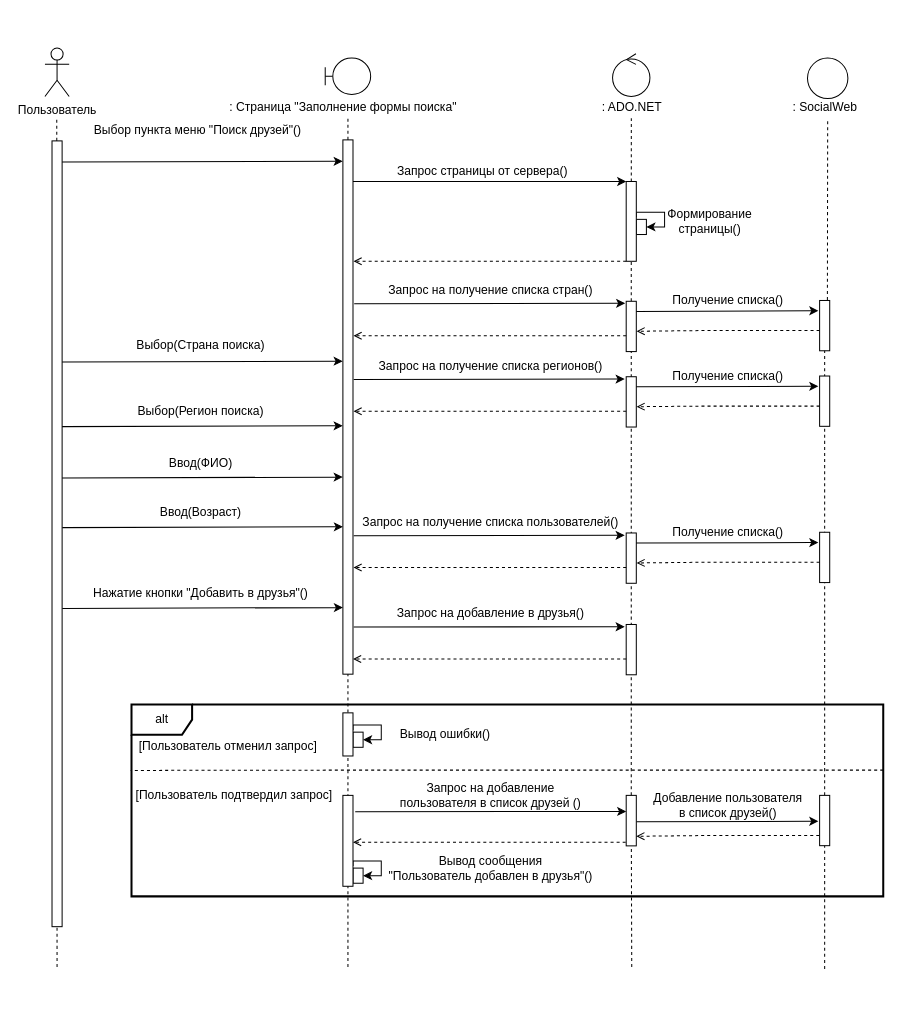
The draw.io diagram page "Диаграмма послед. Поиск друзей" (3 of 3) of Диаграммы/Диаграммы/Диаграмма последовательности.drawio in MRTANKO/kyrs_anis, before the edit. Source tidied: cells renumbered, new cells numbered last; positions are measured from the earlier drawing's top-left corner, leaving out a move shared by most shapes. Both pictures are drawn from the tidied source at 101%, with x=0, y=0 at pixel (44, 47).
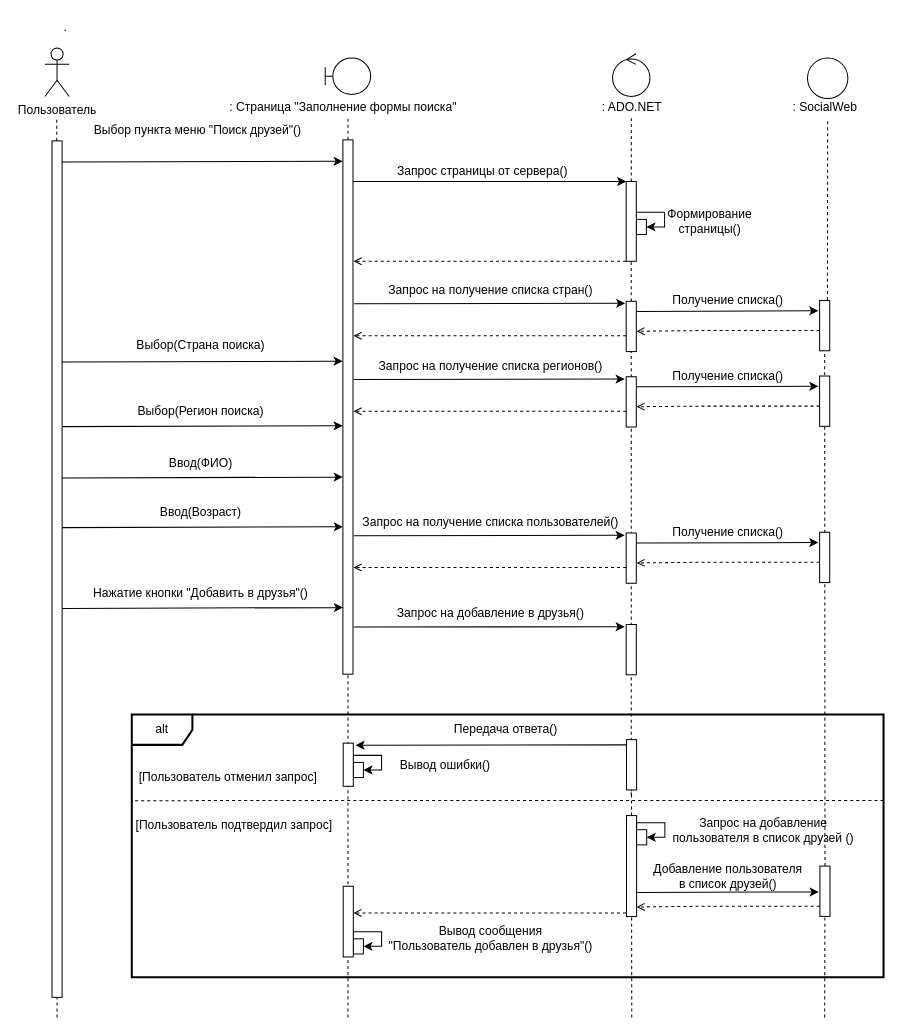
The same diagram, later.

Unchanged cells that the change refers to:
```xml
<mxCell id="11" style="rounded=0;whiteSpace=wrap;html=1;" parent="1" vertex="1">
  <mxGeometry x="295" y="91" width="10" height="529" as="geometry" />
</mxCell>
<mxCell id="30" style="rounded=0;whiteSpace=wrap;html=1;" parent="1" vertex="1">
  <mxGeometry x="575.5" y="250.8" width="10" height="49.8" as="geometry" />
</mxCell>
<mxCell id="32" style="rounded=0;whiteSpace=wrap;html=1;" parent="1" vertex="1">
  <mxGeometry x="767" y="250" width="10" height="49.8" as="geometry" />
</mxCell>
```

What changed in the source:
```diff
@@
     <mxCell id="2" value="alt" style="shape=umlFrame;whiteSpace=wrap;html=1;strokeWidth=2;" parent="1" vertex="1">
-      <mxGeometry x="85.7" y="650" width="744.3" height="190" as="geometry" />
+      <mxGeometry x="86" y="660" width="744.3" height="260" as="geometry" />
     </mxCell>
     <mxCell id="3" style="endArrow=none;dashed=1;html=1;entryX=0.5;entryY=1;entryDx=0;entryDy=0;" parent="1" edge="1">
       <mxGeometry relative="1" as="geometry">
-        <mxPoint x="12" y="910" as="sourcePoint" />
+        <mxPoint x="12" y="960" as="sourcePoint" />
         <mxPoint x="11.8" y="600" as="targetPoint" />
       </mxGeometry>
     </mxCell>
@@
     <mxCell id="10" style="rounded=0;whiteSpace=wrap;html=1;" parent="1" vertex="1">
-      <mxGeometry x="7" y="92" width="10" height="778" as="geometry" />
+      <mxGeometry x="7" y="92" width="10" height="848" as="geometry" />
     </mxCell>
@@
     <mxCell id="12" style="endArrow=none;dashed=1;html=1;entryX=0.5;entryY=1;entryDx=0;entryDy=0;" parent="1" edge="1" target="11">
       <mxGeometry relative="1" as="geometry">
-        <mxPoint x="300" y="910" as="sourcePoint" />
+        <mxPoint x="300" y="960" as="sourcePoint" />
       </mxGeometry>
     </mxCell>
@@
-    <mxCell id="31" style="endArrow=none;dashed=1;html=1;" parent="1" edge="1" source="83" target="30">
-      <mxGeometry relative="1" as="geometry" />
+    <mxCell id="31" style="endArrow=none;dashed=1;html=1;" parent="1" edge="1" target="30">
+      <mxGeometry relative="1" as="geometry">
+        <mxPoint x="580.5" y="740" as="sourcePoint" />
+      </mxGeometry>
     </mxCell>
@@
-    <mxCell id="33" style="endArrow=none;dashed=1;html=1;" parent="1" edge="1" source="81" target="32">
+    <mxCell id="33" style="endArrow=none;dashed=1;html=1;exitX=0.5;exitY=0;exitDx=0;exitDy=0;" parent="1" edge="1" source="97" target="32">
       <mxGeometry relative="1" as="geometry" />
     </mxCell>
@@
-    <mxCell id="67" style="endArrow=open;html=1;edgeStyle=orthogonalEdgeStyle;rounded=0;dashed=1;exitX=0;exitY=1;exitDx=0;exitDy=0;endFill=0;" parent="1" edge="1">
-      <mxGeometry relative="1" as="geometry">
-        <mxPoint x="575.5" y="604.9" as="sourcePoint" />
-        <mxPoint x="305" y="605" as="targetPoint" />
-        <Array as="points">
-          <mxPoint x="305" y="604.7" />
-        </Array>
-      </mxGeometry>
-    </mxCell>
-    <mxCell id="68" style="endArrow=classic;html=1;exitX=1.067;exitY=0.37;exitDx=0;exitDy=0;exitPerimeter=0;entryX=-0.127;entryY=0.204;entryDx=0;entryDy=0;entryPerimeter=0;" parent="1" edge="1">
-      <mxGeometry relative="1" as="geometry">
-        <mxPoint x="585.5" y="766.2" as="sourcePoint" />
-        <mxPoint x="765.7" y="765.6" as="targetPoint" />
-      </mxGeometry>
-    </mxCell>
+    <mxCell id="89" style="endArrow=classic;html=1;exitX=1.067;exitY=0.37;exitDx=0;exitDy=0;exitPerimeter=0;entryX=-0.127;entryY=0.204;entryDx=0;entryDy=0;entryPerimeter=0;" parent="1" edge="1">
+      <mxGeometry relative="1" as="geometry">
+        <mxPoint x="585.8" y="836.2" as="sourcePoint" />
+        <mxPoint x="766.1" y="835.6" as="targetPoint" />
+      </mxGeometry>
+    </mxCell>
     <mxCell id="69" value="Добавление пользователя &lt;br&gt;в список друзей()" style="text;html=1;align=center;verticalAlign=middle;" parent="1" vertex="1">
-      <mxGeometry x="595.5" y="735.4" width="160" height="30" as="geometry" />
+      <mxGeometry x="595.8" y="805.4" width="160" height="30" as="geometry" />
     </mxCell>
-    <mxCell id="70" style="endArrow=none;html=1;edgeStyle=orthogonalEdgeStyle;rounded=0;dashed=1;endFill=0;" parent="1" edge="1">
-      <mxGeometry relative="1" as="geometry">
-        <mxPoint x="830" y="715" as="sourcePoint" />
-        <mxPoint x="84.9" y="715.3" as="targetPoint" />
-        <Array as="points">
-          <mxPoint x="280" y="715" />
-          <mxPoint x="280" y="715" />
-        </Array>
-      </mxGeometry>
-    </mxCell>
+    <mxCell id="90" style="endArrow=none;html=1;edgeStyle=orthogonalEdgeStyle;rounded=0;dashed=1;endFill=0;" parent="1" edge="1">
+      <mxGeometry relative="1" as="geometry">
+        <mxPoint x="830.3" y="745" as="sourcePoint" />
+        <mxPoint x="85.2" y="745.3" as="targetPoint" />
+        <Array as="points">
+          <mxPoint x="280.3" y="745" />
+          <mxPoint x="280.3" y="745" />
+        </Array>
+      </mxGeometry>
+    </mxCell>
     <mxCell id="71" value="[Пользователь отменил запрос]" style="text;html=1;align=center;verticalAlign=middle;" parent="1" vertex="1">
-      <mxGeometry x="86" y="682" width="190" height="20" as="geometry" />
+      <mxGeometry x="86.4" y="712" width="190" height="20" as="geometry" />
     </mxCell>
     <mxCell id="72" value="Вывод ошибки()" style="text;html=1;align=center;verticalAlign=middle;" parent="1" vertex="1">
-      <mxGeometry x="340.5" y="669.6" width="110" height="20" as="geometry" />
+      <mxGeometry x="340.8" y="699.6" width="110" height="20" as="geometry" />
     </mxCell>
-    <mxCell id="73" style="edgeStyle=orthogonalEdgeStyle;rounded=0;jettySize=auto;html=1;exitX=1;exitY=0.25;exitDx=0;exitDy=0;entryX=1;entryY=0.5;entryDx=0;entryDy=0;" parent="1" edge="1" target="74">
-      <mxGeometry relative="1" as="geometry">
-        <mxPoint x="305" y="675.4" as="sourcePoint" />
-        <Array as="points">
-          <mxPoint x="333" y="670.4" />
-          <mxPoint x="333" y="685.4" />
-        </Array>
-      </mxGeometry>
-    </mxCell>
-    <mxCell id="74" style="rounded=0;whiteSpace=wrap;html=1;" parent="1" vertex="1">
-      <mxGeometry x="305" y="677.4" width="10" height="15" as="geometry" />
-    </mxCell>
-    <mxCell id="75" style="rounded=0;whiteSpace=wrap;html=1;" parent="1" vertex="1">
-      <mxGeometry x="295" y="658.3" width="10" height="42.7" as="geometry" />
-    </mxCell>
+    <mxCell id="91" style="edgeStyle=orthogonalEdgeStyle;rounded=0;jettySize=auto;html=1;exitX=1;exitY=0.25;exitDx=0;exitDy=0;entryX=1;entryY=0.5;entryDx=0;entryDy=0;" parent="1" edge="1" target="92">
+      <mxGeometry relative="1" as="geometry">
+        <mxPoint x="305.3" y="705.4" as="sourcePoint" />
+        <Array as="points">
+          <mxPoint x="333.3" y="700.4" />
+          <mxPoint x="333.3" y="715.4" />
+        </Array>
+      </mxGeometry>
+    </mxCell>
+    <mxCell id="92" style="rounded=0;whiteSpace=wrap;html=1;" parent="1" vertex="1">
+      <mxGeometry x="305.3" y="707.4" width="10" height="15" as="geometry" />
+    </mxCell>
+    <mxCell id="93" style="rounded=0;whiteSpace=wrap;html=1;" parent="1" vertex="1">
+      <mxGeometry x="295.3" y="688.3" width="10" height="42.7" as="geometry" />
+    </mxCell>
     <mxCell id="76" value="[Пользователь подтвердил запрос]" style="text;html=1;align=center;verticalAlign=middle;" parent="1" vertex="1">
-      <mxGeometry x="81.7" y="730" width="210" height="20" as="geometry" />
+      <mxGeometry x="82" y="760" width="210" height="20" as="geometry" />
     </mxCell>
     <mxCell id="77" value="Вывод сообщения &lt;br&gt;&quot;Пользователь добавлен в друзья&quot;()" style="text;html=1;align=center;verticalAlign=middle;" parent="1" vertex="1">
-      <mxGeometry x="330.5" y="797" width="220" height="30" as="geometry" />
+      <mxGeometry x="330.8" y="867" width="220" height="30" as="geometry" />
     </mxCell>
-    <mxCell id="78" style="edgeStyle=orthogonalEdgeStyle;rounded=0;jettySize=auto;html=1;exitX=1;exitY=0.25;exitDx=0;exitDy=0;entryX=1;entryY=0.5;entryDx=0;entryDy=0;" parent="1" edge="1" target="79">
-      <mxGeometry relative="1" as="geometry">
-        <mxPoint x="305" y="810" as="sourcePoint" />
-        <Array as="points">
-          <mxPoint x="333" y="805" />
-          <mxPoint x="333" y="820" />
-        </Array>
-      </mxGeometry>
-    </mxCell>
-    <mxCell id="79" style="rounded=0;whiteSpace=wrap;html=1;" parent="1" vertex="1">
-      <mxGeometry x="305" y="812" width="10" height="15" as="geometry" />
-    </mxCell>
-    <mxCell id="80" style="rounded=0;whiteSpace=wrap;html=1;" parent="1" vertex="1">
-      <mxGeometry x="295" y="740" width="10" height="90" as="geometry" />
-    </mxCell>
-    <mxCell id="81" style="rounded=0;whiteSpace=wrap;html=1;" parent="1" vertex="1">
-      <mxGeometry x="767" y="740" width="10" height="49.8" as="geometry" />
-    </mxCell>
-    <mxCell id="82" style="endArrow=none;dashed=1;html=1;" parent="1" edge="1" target="81">
-      <mxGeometry relative="1" as="geometry">
-        <mxPoint x="772" y="911.9" as="sourcePoint" />
-      </mxGeometry>
-    </mxCell>
-    <mxCell id="83" style="rounded=0;whiteSpace=wrap;html=1;" parent="1" vertex="1">
-      <mxGeometry x="575.5" y="740" width="10" height="50" as="geometry" />
-    </mxCell>
-    <mxCell id="84" style="endArrow=none;dashed=1;html=1;" parent="1" edge="1" target="83">
-      <mxGeometry relative="1" as="geometry">
-        <mxPoint x="581" y="910" as="sourcePoint" />
-      </mxGeometry>
-    </mxCell>
-    <mxCell id="85" style="endArrow=classic;html=1;exitX=1.067;exitY=0.37;exitDx=0;exitDy=0;exitPerimeter=0;" parent="1" edge="1">
-      <mxGeometry relative="1" as="geometry">
-        <mxPoint x="307.2" y="756.3" as="sourcePoint" />
-        <mxPoint x="575.5" y="755.9" as="targetPoint" />
-      </mxGeometry>
-    </mxCell>
+    <mxCell id="94" style="edgeStyle=orthogonalEdgeStyle;rounded=0;jettySize=auto;html=1;exitX=1;exitY=0.25;exitDx=0;exitDy=0;entryX=1;entryY=0.5;entryDx=0;entryDy=0;" parent="1" edge="1" target="95">
+      <mxGeometry relative="1" as="geometry">
+        <mxPoint x="305.3" y="880" as="sourcePoint" />
+        <Array as="points">
+          <mxPoint x="333.3" y="875" />
+          <mxPoint x="333.3" y="890" />
+        </Array>
+      </mxGeometry>
+    </mxCell>
+    <mxCell id="95" style="rounded=0;whiteSpace=wrap;html=1;" parent="1" vertex="1">
+      <mxGeometry x="305.3" y="882" width="10" height="15" as="geometry" />
+    </mxCell>
+    <mxCell id="96" style="rounded=0;whiteSpace=wrap;html=1;" parent="1" vertex="1">
+      <mxGeometry x="295.3" y="830" width="10" height="70" as="geometry" />
+    </mxCell>
+    <mxCell id="97" style="rounded=0;whiteSpace=wrap;html=1;" parent="1" vertex="1">
+      <mxGeometry x="767.3" y="810" width="10" height="49.8" as="geometry" />
+    </mxCell>
+    <mxCell id="98" style="endArrow=none;dashed=1;html=1;" parent="1" edge="1" target="97">
+      <mxGeometry relative="1" as="geometry">
+        <mxPoint x="772" y="960" as="sourcePoint" />
+      </mxGeometry>
+    </mxCell>
+    <mxCell id="99" style="rounded=0;whiteSpace=wrap;html=1;" parent="1" vertex="1">
+      <mxGeometry x="575.8" y="760" width="10" height="100" as="geometry" />
+    </mxCell>
+    <mxCell id="100" style="endArrow=none;dashed=1;html=1;" parent="1" edge="1" target="99">
+      <mxGeometry relative="1" as="geometry">
+        <mxPoint x="581" y="960" as="sourcePoint" />
+      </mxGeometry>
+    </mxCell>
+    <mxCell id="101" style="endArrow=open;html=1;edgeStyle=orthogonalEdgeStyle;rounded=0;dashed=1;exitX=0;exitY=1;exitDx=0;exitDy=0;endFill=0;entryX=1.027;entryY=0.596;entryDx=0;entryDy=0;entryPerimeter=0;" parent="1" edge="1">
+      <mxGeometry relative="1" as="geometry">
+        <mxPoint x="767.1" y="849.8" as="sourcePoint" />
+        <mxPoint x="585.8" y="850.5" as="targetPoint" />
+        <Array as="points">
+          <mxPoint x="650.1" y="850.1" />
+        </Array>
+      </mxGeometry>
+    </mxCell>
+    <mxCell id="102" style="endArrow=open;html=1;edgeStyle=orthogonalEdgeStyle;rounded=0;dashed=1;exitX=0;exitY=1;exitDx=0;exitDy=0;endFill=0;" parent="1" edge="1">
+      <mxGeometry relative="1" as="geometry">
+        <mxPoint x="575.4" y="856.4" as="sourcePoint" />
+        <mxPoint x="305.4" y="856.4" as="targetPoint" />
+        <Array as="points">
+          <mxPoint x="304.9" y="856.2" />
+        </Array>
+      </mxGeometry>
+    </mxCell>
+    <mxCell id="103" style="edgeStyle=orthogonalEdgeStyle;rounded=0;jettySize=auto;html=1;exitX=1;exitY=0.25;exitDx=0;exitDy=0;entryX=1;entryY=0.5;entryDx=0;entryDy=0;" parent="1" edge="1" target="104">
+      <mxGeometry relative="1" as="geometry">
+        <mxPoint x="585.8" y="772" as="sourcePoint" />
+        <Array as="points">
+          <mxPoint x="613.8" y="767" />
+          <mxPoint x="613.8" y="782" />
+        </Array>
+      </mxGeometry>
+    </mxCell>
+    <mxCell id="104" style="rounded=0;whiteSpace=wrap;html=1;" parent="1" vertex="1">
+      <mxGeometry x="585.8" y="774" width="10" height="15" as="geometry" />
+    </mxCell>
     <mxCell id="86" value="Запрос на добавление &lt;br&gt;пользователя в список друзей ()" style="text;html=1;align=center;verticalAlign=middle;" parent="1" vertex="1">
-      <mxGeometry x="345.5" y="725" width="190" height="30" as="geometry" />
+      <mxGeometry x="615.8" y="760" width="190" height="30" as="geometry" />
     </mxCell>
-    <mxCell id="87" style="endArrow=open;html=1;edgeStyle=orthogonalEdgeStyle;rounded=0;dashed=1;exitX=0;exitY=1;exitDx=0;exitDy=0;endFill=0;entryX=1.027;entryY=0.596;entryDx=0;entryDy=0;entryPerimeter=0;" parent="1" edge="1">
-      <mxGeometry relative="1" as="geometry">
-        <mxPoint x="766.7" y="779.8" as="sourcePoint" />
-        <mxPoint x="585.5" y="780.5" as="targetPoint" />
-        <Array as="points">
-          <mxPoint x="649.7" y="780" />
-        </Array>
-      </mxGeometry>
-    </mxCell>
-    <mxCell id="88" style="endArrow=open;html=1;edgeStyle=orthogonalEdgeStyle;rounded=0;dashed=1;exitX=0;exitY=1;exitDx=0;exitDy=0;endFill=0;" parent="1" edge="1">
-      <mxGeometry relative="1" as="geometry">
-        <mxPoint x="575" y="786.4" as="sourcePoint" />
-        <mxPoint x="305" y="786.4" as="targetPoint" />
-        <Array as="points">
-          <mxPoint x="304.5" y="786.2" />
-        </Array>
-      </mxGeometry>
-    </mxCell>
+    <mxCell id="105" style="rounded=0;whiteSpace=wrap;html=1;" parent="1" vertex="1">
+      <mxGeometry x="575.8" y="684.8" width="10" height="49.8" as="geometry" />
+    </mxCell>
+    <mxCell id="106" style="endArrow=none;dashed=1;html=1;" parent="1" edge="1" source="99" target="105">
+      <mxGeometry relative="1" as="geometry" />
+    </mxCell>
+    <mxCell id="107" style="endArrow=none;html=1;exitX=1.067;exitY=0.37;exitDx=0;exitDy=0;exitPerimeter=0;startArrow=classic;startFill=1;endFill=0;" parent="1" edge="1">
+      <mxGeometry relative="1" as="geometry">
+        <mxPoint x="307.5" y="690.4" as="sourcePoint" />
+        <mxPoint x="575.8" y="690" as="targetPoint" />
+      </mxGeometry>
+    </mxCell>
+    <mxCell id="108" value="Передача ответа()" style="text;html=1;align=center;verticalAlign=middle;" parent="1" vertex="1">
+      <mxGeometry x="395.8" y="665" width="120" height="20" as="geometry" />
+    </mxCell>
+    <mxCell id="109" value="." style="text;html=1;align=center;verticalAlign=middle;" parent="1" vertex="1">
+      <mxGeometry x="10" y="-30" width="20" height="20" as="geometry" />
+    </mxCell>
```
